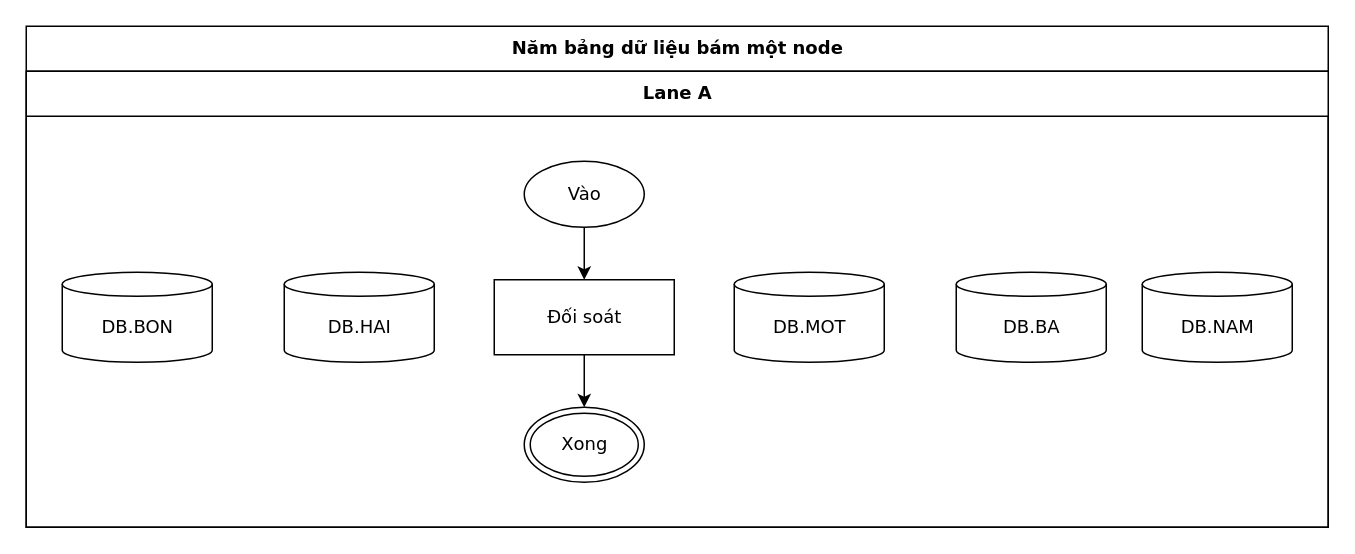
Before: conformance/golden/cases/47-place-attach-overflow.drawio in luytbq/flowcast, a draw.io diagram. Source tidied: cells renumbered, new cells numbered last; positions are measured from the earlier drawing's top-left corner, leaving out a move shared by most shapes. Both pictures are drawn from the tidied source at 150%, with x=0, y=0 at pixel (26, 26).
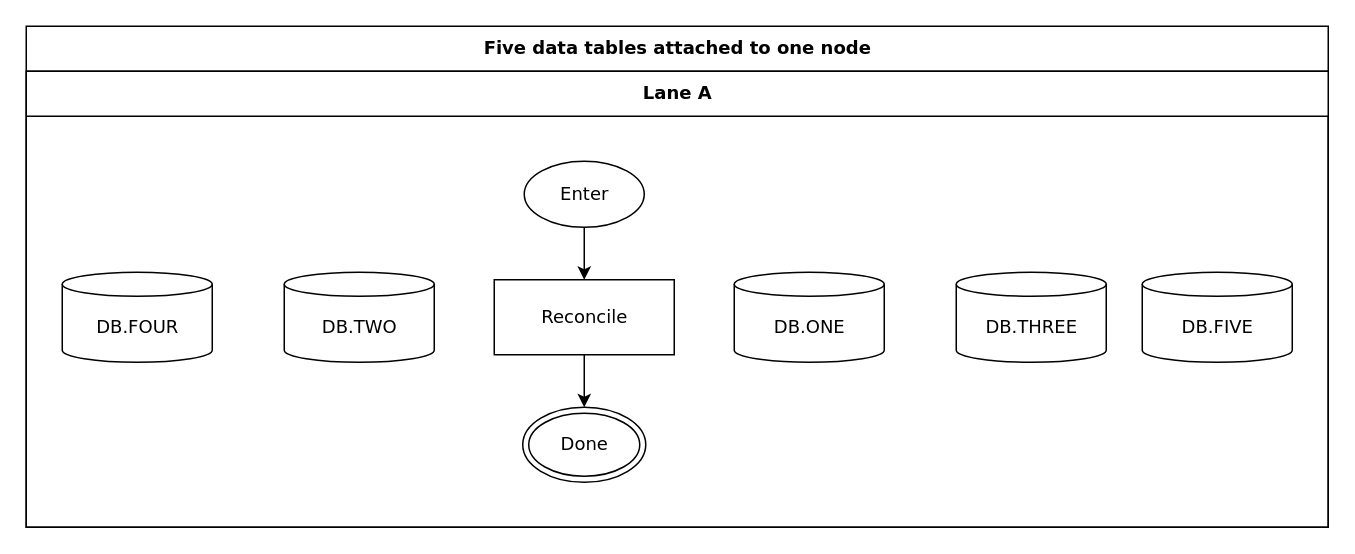
Above is the later version.

Change to the diagram source:
```diff
@@
 <mxGraphModel>
   <root>
     <mxCell id="0" />
     <mxCell id="1" parent="0" />
-    <mxCell id="2" value="Năm bảng dữ liệu bám một node" style="swimlane;html=1;startSize=30;fontStyle=1;fontFamily=Verdana;fontSize=12;flowtable=1;" parent="1" vertex="1">
+    <mxCell id="2" value="Five data tables attached to one node" style="swimlane;html=1;startSize=30;fontStyle=1;fontFamily=Verdana;fontSize=12;flowtable=1;" parent="1" vertex="1">
       <mxGeometry width="868" height="334" as="geometry" />
     </mxCell>
     <mxCell id="3" value="Lane A" style="swimlane;html=1;startSize=30;fontFamily=Verdana;fontSize=12;flowtable=1;" parent="2" vertex="1">
       <mxGeometry y="30" width="868" height="304" as="geometry" />
     </mxCell>
-    <mxCell id="4" value="Vào" style="ellipse;html=1;fontFamily=Verdana;fontSize=12;flowtable=1;" parent="3" vertex="1">
+    <mxCell id="4" value="Enter" style="ellipse;html=1;fontFamily=Verdana;fontSize=12;flowtable=1;" parent="3" vertex="1">
       <mxGeometry x="332" y="60" width="80" height="44" as="geometry" />
     </mxCell>
-    <mxCell id="5" value="Đối soát" style="rounded=0;html=1;fontFamily=Verdana;fontSize=12;flowtable=1;" parent="3" vertex="1">
+    <mxCell id="5" value="Reconcile" style="rounded=0;html=1;fontFamily=Verdana;fontSize=12;flowtable=1;" parent="3" vertex="1">
       <mxGeometry x="312" y="139" width="120" height="50" as="geometry" />
     </mxCell>
-    <mxCell id="6" value="DB.MOT" style="shape=cylinder3;html=1;boundedLbl=1;backgroundOutline=1;size=8;fontFamily=Verdana;fontSize=12;flowtable=1;" parent="3" vertex="1">
+    <mxCell id="6" value="DB.ONE" style="shape=cylinder3;html=1;boundedLbl=1;backgroundOutline=1;size=8;fontFamily=Verdana;fontSize=12;flowtable=1;" parent="3" vertex="1">
       <mxGeometry x="472" y="134" width="100" height="60" as="geometry" />
     </mxCell>
-    <mxCell id="7" value="DB.HAI" style="shape=cylinder3;html=1;boundedLbl=1;backgroundOutline=1;size=8;fontFamily=Verdana;fontSize=12;flowtable=1;" parent="3" vertex="1">
+    <mxCell id="7" value="DB.TWO" style="shape=cylinder3;html=1;boundedLbl=1;backgroundOutline=1;size=8;fontFamily=Verdana;fontSize=12;flowtable=1;" parent="3" vertex="1">
       <mxGeometry x="172" y="134" width="100" height="60" as="geometry" />
     </mxCell>
-    <mxCell id="8" value="DB.BA" style="shape=cylinder3;html=1;boundedLbl=1;backgroundOutline=1;size=8;fontFamily=Verdana;fontSize=12;flowtable=1;" parent="3" vertex="1">
+    <mxCell id="8" value="DB.THREE" style="shape=cylinder3;html=1;boundedLbl=1;backgroundOutline=1;size=8;fontFamily=Verdana;fontSize=12;flowtable=1;" parent="3" vertex="1">
       <mxGeometry x="620" y="134" width="100" height="60" as="geometry" />
     </mxCell>
-    <mxCell id="9" value="DB.BON" style="shape=cylinder3;html=1;boundedLbl=1;backgroundOutline=1;size=8;fontFamily=Verdana;fontSize=12;flowtable=1;" parent="3" vertex="1">
+    <mxCell id="9" value="DB.FOUR" style="shape=cylinder3;html=1;boundedLbl=1;backgroundOutline=1;size=8;fontFamily=Verdana;fontSize=12;flowtable=1;" parent="3" vertex="1">
       <mxGeometry x="24" y="134" width="100" height="60" as="geometry" />
     </mxCell>
-    <mxCell id="10" value="DB.NAM" style="shape=cylinder3;html=1;boundedLbl=1;backgroundOutline=1;size=8;fontFamily=Verdana;fontSize=12;flowtable=1;" parent="3" vertex="1">
+    <mxCell id="10" value="DB.FIVE" style="shape=cylinder3;html=1;boundedLbl=1;backgroundOutline=1;size=8;fontFamily=Verdana;fontSize=12;flowtable=1;" parent="3" vertex="1">
       <mxGeometry x="744" y="134" width="100" height="60" as="geometry" />
     </mxCell>
-    <mxCell id="11" value="Xong" style="shape=doubleEllipse;html=1;fontFamily=Verdana;fontSize=12;flowtable=1;" parent="3" vertex="1">
-      <mxGeometry x="332" y="224" width="80" height="50" as="geometry" />
+    <mxCell id="11" value="Done" style="shape=doubleEllipse;html=1;fontFamily=Verdana;fontSize=12;flowtable=1;" parent="3" vertex="1">
+      <mxGeometry x="331" y="224" width="82" height="50" as="geometry" />
     </mxCell>
     <mxCell id="12" style="edgeStyle=orthogonalEdgeStyle;rounded=0;jettySize=auto;html=1;labelBackgroundColor=default;exitX=0.5;exitY=1;exitDx=0;exitDy=0;entryX=0.5;entryY=0;entryDx=0;entryDy=0;fontFamily=Verdana;fontSize=12;flowtable=1;" parent="2" edge="1" source="4" target="5">
       <mxGeometry relative="1" as="geometry" />
     </mxCell>
     <mxCell id="13" style="edgeStyle=orthogonalEdgeStyle;rounded=0;jettySize=auto;html=1;labelBackgroundColor=default;exitX=0.5;exitY=1;exitDx=0;exitDy=0;entryX=0.5;entryY=0;entryDx=0;entryDy=0;fontFamily=Verdana;fontSize=12;flowtable=1;" parent="2" edge="1" source="5" target="11">
       <mxGeometry relative="1" as="geometry" />
     </mxCell>
   </root>
 </mxGraphModel>
```
